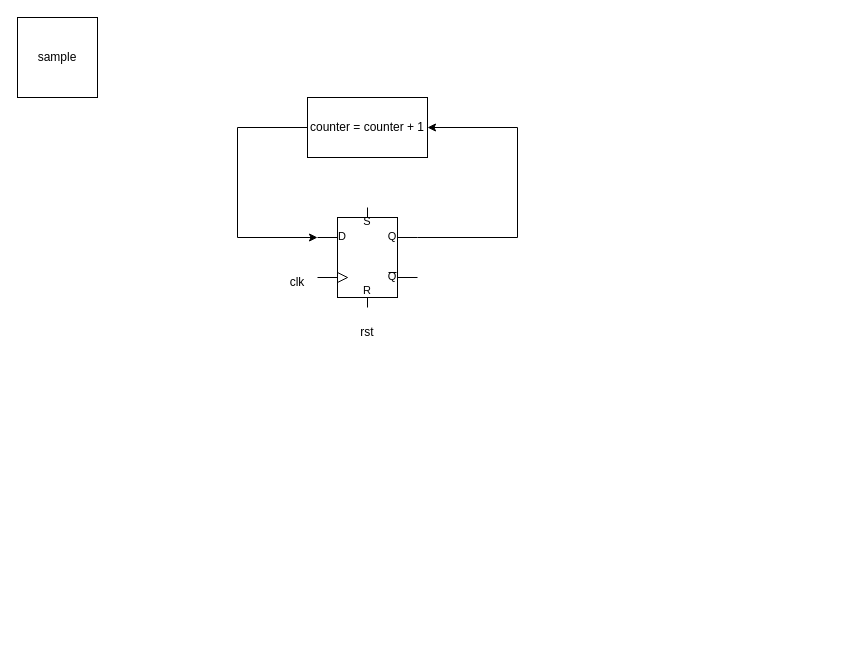
The draw.io diagram sample.drawio in LeoChen21/chenLeo, before the edit. Source tidied: cells renumbered, new cells numbered last; positions are measured from the earlier drawing's top-left corner, leaving out a move shared by most shapes. Both pictures are drawn from the tidied source at 100%, with x=0, y=0 at pixel (17, 17).
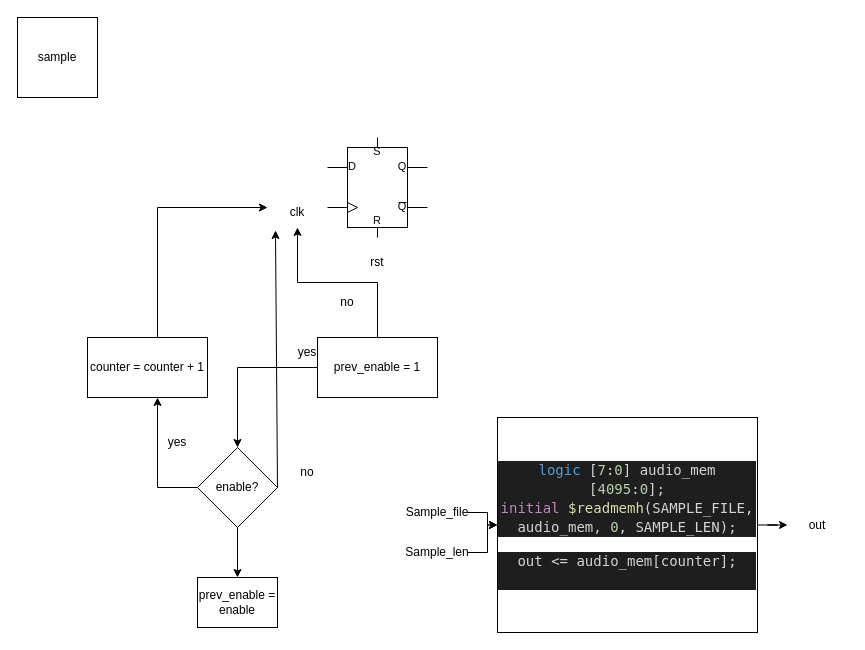
After the change.

The edit, as a diff of the source:
```diff
@@
-    <mxCell id="3" style="edgeStyle=orthogonalEdgeStyle;rounded=0;jettySize=auto;html=1;exitX=1;exitY=0.3;exitDx=0;exitDy=0;exitPerimeter=0;entryX=1;entryY=0.5;entryDx=0;entryDy=0;" parent="1" edge="1" source="4" target="8">
-      <mxGeometry relative="1" as="geometry">
-        <Array as="points">
-          <mxPoint x="500" y="220" />
-          <mxPoint x="500" y="110" />
-        </Array>
-      </mxGeometry>
-    </mxCell>
     <mxCell id="4" style="verticalLabelPosition=bottom;shadow=0;dashed=0;align=center;html=1;verticalAlign=top;shape=mxgraph.electrical.logic_gates.d_type_rs_flip-flop;" parent="1" vertex="1">
-      <mxGeometry x="300" y="190" width="100" height="100" as="geometry" />
+      <mxGeometry x="310" y="120" width="100" height="100" as="geometry" />
     </mxCell>
     <mxCell id="5" value="rst" style="text;html=1;strokeColor=none;fillColor=none;align=center;verticalAlign=middle;whiteSpace=wrap;rounded=0;" parent="1" vertex="1">
-      <mxGeometry x="320" y="300" width="60" height="30" as="geometry" />
+      <mxGeometry x="330" y="230" width="60" height="30" as="geometry" />
     </mxCell>
     <mxCell id="6" value="&lt;div&gt;clk&lt;/div&gt;" style="text;html=1;strokeColor=none;fillColor=none;align=center;verticalAlign=middle;whiteSpace=wrap;rounded=0;" parent="1" vertex="1">
-      <mxGeometry x="250" y="250" width="60" height="30" as="geometry" />
+      <mxGeometry x="250" y="180" width="60" height="30" as="geometry" />
     </mxCell>
-    <mxCell id="7" style="edgeStyle=orthogonalEdgeStyle;rounded=0;jettySize=auto;html=1;entryX=0;entryY=0.3;entryDx=0;entryDy=0;entryPerimeter=0;" parent="1" edge="1" source="8" target="4">
-      <mxGeometry relative="1" as="geometry">
-        <Array as="points">
-          <mxPoint x="220" y="110" />
-          <mxPoint x="220" y="220" />
-        </Array>
-      </mxGeometry>
-    </mxCell>
+    <mxCell id="9" style="edgeStyle=orthogonalEdgeStyle;rounded=0;jettySize=auto;html=1;entryX=0.5;entryY=0;entryDx=0;entryDy=0;" parent="1" edge="1" source="11" target="14">
+      <mxGeometry relative="1" as="geometry" />
+    </mxCell>
+    <mxCell id="10" style="edgeStyle=orthogonalEdgeStyle;rounded=0;jettySize=auto;html=1;entryX=0.5;entryY=1;entryDx=0;entryDy=0;" parent="1" edge="1" source="11" target="6">
+      <mxGeometry relative="1" as="geometry" />
+    </mxCell>
+    <mxCell id="11" value="&lt;div&gt;prev_enable = 1&lt;br&gt;&lt;/div&gt;" style="rounded=0;whiteSpace=wrap;html=1;" parent="1" vertex="1">
+      <mxGeometry x="300" y="320" width="120" height="60" as="geometry" />
+    </mxCell>
+    <mxCell id="12" style="edgeStyle=orthogonalEdgeStyle;rounded=0;jettySize=auto;html=1;entryX=0.5;entryY=0;entryDx=0;entryDy=0;" parent="1" edge="1" source="14" target="20">
+      <mxGeometry relative="1" as="geometry" />
+    </mxCell>
+    <mxCell id="13" style="edgeStyle=orthogonalEdgeStyle;rounded=0;jettySize=auto;html=1;" parent="1" edge="1" source="8" target="6">
+      <mxGeometry relative="1" as="geometry">
+        <Array as="points">
+          <mxPoint x="140" y="190" />
+        </Array>
+      </mxGeometry>
+    </mxCell>
+    <mxCell id="14" value="enable?" style="rhombus;whiteSpace=wrap;html=1;" parent="1" vertex="1">
+      <mxGeometry x="180" y="430" width="80" height="80" as="geometry" />
+    </mxCell>
+    <mxCell id="15" value="yes" style="text;html=1;strokeColor=none;fillColor=none;align=center;verticalAlign=middle;whiteSpace=wrap;rounded=0;" parent="1" vertex="1">
+      <mxGeometry x="260" y="320" width="60" height="30" as="geometry" />
+    </mxCell>
+    <mxCell id="16" value="no" style="text;html=1;strokeColor=none;fillColor=none;align=center;verticalAlign=middle;whiteSpace=wrap;rounded=0;" parent="1" vertex="1">
+      <mxGeometry x="300" y="270" width="60" height="30" as="geometry" />
+    </mxCell>
+    <mxCell id="17" value="yes" style="text;html=1;strokeColor=none;fillColor=none;align=center;verticalAlign=middle;whiteSpace=wrap;rounded=0;" parent="1" vertex="1">
+      <mxGeometry x="130" y="410" width="60" height="30" as="geometry" />
+    </mxCell>
+    <mxCell id="18" value="no" style="text;html=1;strokeColor=none;fillColor=none;align=center;verticalAlign=middle;whiteSpace=wrap;rounded=0;" parent="1" vertex="1">
+      <mxGeometry x="260" y="440" width="60" height="30" as="geometry" />
+    </mxCell>
+    <mxCell id="19" style="endArrow=classic;html=1;rounded=0;entryX=0.133;entryY=1.1;entryDx=0;entryDy=0;entryPerimeter=0;" parent="1" edge="1" target="6">
+      <mxGeometry relative="1" as="geometry">
+        <mxPoint x="260" y="470" as="sourcePoint" />
+      </mxGeometry>
+    </mxCell>
+    <mxCell id="20" value="prev_enable = enable" style="rounded=0;whiteSpace=wrap;html=1;" parent="1" vertex="1">
+      <mxGeometry x="180" y="560" width="80" height="50" as="geometry" />
+    </mxCell>
+    <mxCell id="21" style="edgeStyle=orthogonalEdgeStyle;rounded=0;jettySize=auto;html=1;" parent="1" edge="1" source="22" target="27">
+      <mxGeometry relative="1" as="geometry" />
+    </mxCell>
+    <mxCell id="22" value="&lt;div style=&quot;color: rgb(212, 212, 212); background-color: rgb(30, 30, 30); font-family: &amp;quot;Droid Sans Mono&amp;quot;, &amp;quot;monospace&amp;quot;, monospace; font-weight: normal; font-size: 14px; line-height: 19px;&quot;&gt;&lt;div&gt;&lt;span style=&quot;color: #569cd6;&quot;&gt;logic&lt;/span&gt;&lt;span style=&quot;color: #d4d4d4;&quot;&gt; [&lt;/span&gt;&lt;span style=&quot;color: #b5cea8;&quot;&gt;7&lt;/span&gt;&lt;span style=&quot;color: #d4d4d4;&quot;&gt;:&lt;/span&gt;&lt;span style=&quot;color: #b5cea8;&quot;&gt;0&lt;/span&gt;&lt;span style=&quot;color: #d4d4d4;&quot;&gt;] audio_mem [&lt;/span&gt;&lt;span style=&quot;color: #b5cea8;&quot;&gt;4095&lt;/span&gt;&lt;span style=&quot;color: #d4d4d4;&quot;&gt;:&lt;/span&gt;&lt;span style=&quot;color: #b5cea8;&quot;&gt;0&lt;/span&gt;&lt;span style=&quot;color: #d4d4d4;&quot;&gt;];&lt;/span&gt;&lt;/div&gt;&lt;div&gt;&lt;span style=&quot;color: #d4d4d4;&quot;&gt;  &lt;/span&gt;&lt;span style=&quot;color: #c586c0;&quot;&gt;initial&lt;/span&gt;&lt;span style=&quot;color: #d4d4d4;&quot;&gt; &lt;/span&gt;&lt;span style=&quot;color: #dcdcaa;&quot;&gt;$readmemh&lt;/span&gt;&lt;span style=&quot;color: #d4d4d4;&quot;&gt;(SAMPLE_FILE, audio_mem, &lt;/span&gt;&lt;span style=&quot;color: #b5cea8;&quot;&gt;0&lt;/span&gt;&lt;span style=&quot;color: #d4d4d4;&quot;&gt;, SAMPLE_LEN);&lt;/span&gt;&lt;/div&gt;&lt;/div&gt;&lt;div&gt;&lt;br&gt;&lt;/div&gt;&lt;div&gt;&lt;div style=&quot;color: rgb(212, 212, 212); background-color: rgb(30, 30, 30); font-family: &amp;quot;Droid Sans Mono&amp;quot;, &amp;quot;monospace&amp;quot;, monospace; font-weight: normal; font-size: 14px; line-height: 19px;&quot;&gt;&lt;div&gt;      out &amp;lt;= audio_mem[counter];&lt;/div&gt;&lt;div&gt;&lt;span style=&quot;color: #d4d4d4;&quot;&gt;&lt;br&gt;&lt;/span&gt;&lt;/div&gt;&lt;/div&gt;&lt;/div&gt;" style="rounded=0;whiteSpace=wrap;html=1;" parent="1" vertex="1">
+      <mxGeometry x="480" y="400" width="260" height="215" as="geometry" />
+    </mxCell>
+    <mxCell id="23" style="edgeStyle=orthogonalEdgeStyle;rounded=0;jettySize=auto;html=1;" parent="1" edge="1" source="24" target="22">
+      <mxGeometry relative="1" as="geometry" />
+    </mxCell>
+    <mxCell id="24" value="Sample_file" style="text;html=1;strokeColor=none;fillColor=none;align=center;verticalAlign=middle;whiteSpace=wrap;rounded=0;" parent="1" vertex="1">
+      <mxGeometry x="390" y="480" width="60" height="30" as="geometry" />
+    </mxCell>
+    <mxCell id="25" style="edgeStyle=orthogonalEdgeStyle;rounded=0;jettySize=auto;html=1;" parent="1" edge="1" source="26" target="22">
+      <mxGeometry relative="1" as="geometry" />
+    </mxCell>
+    <mxCell id="26" value="Sample_len" style="text;html=1;strokeColor=none;fillColor=none;align=center;verticalAlign=middle;whiteSpace=wrap;rounded=0;" parent="1" vertex="1">
+      <mxGeometry x="390" y="520" width="60" height="30" as="geometry" />
+    </mxCell>
+    <mxCell id="27" value="out" style="text;html=1;strokeColor=none;fillColor=none;align=center;verticalAlign=middle;whiteSpace=wrap;rounded=0;" parent="1" vertex="1">
+      <mxGeometry x="770" y="492.5" width="60" height="30" as="geometry" />
+    </mxCell>
+    <mxCell id="28" style="edgeStyle=orthogonalEdgeStyle;rounded=0;jettySize=auto;html=1;" parent="1" edge="1" source="14" target="8">
+      <mxGeometry relative="1" as="geometry">
+        <Array as="points">
+          <mxPoint x="140" y="470" />
+        </Array>
+      </mxGeometry>
+    </mxCell>
     <mxCell id="8" value="counter = counter + 1" style="rounded=0;whiteSpace=wrap;html=1;" parent="1" vertex="1">
-      <mxGeometry x="290" y="80" width="120" height="60" as="geometry" />
+      <mxGeometry x="70" y="320" width="120" height="60" as="geometry" />
     </mxCell>
```
